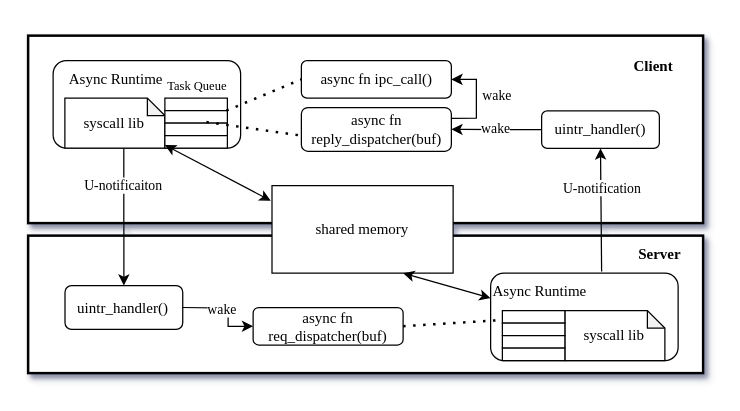
This is images/async_framework.drawio from oscourse-tsinghua/openingreport-ldhai2023, a draw.io file, before an edit. Source tidied: cells renumbered, new cells numbered last; positions are measured from the earlier drawing's top-left corner, leaving out a move shared by most shapes. Both pictures are drawn from the tidied source at 125%, with x=0, y=0 at pixel (28, 35).
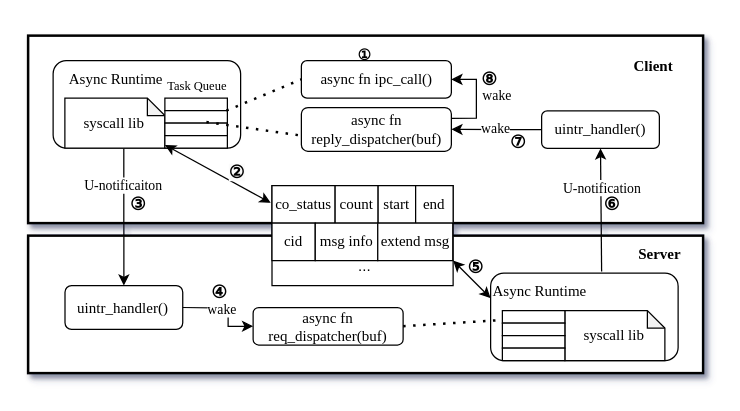
The same page after the edit.

Unchanged cells that the change refers to:
```xml
<mxCell id="22" value="&lt;font face=&quot;Times New Roman&quot;&gt;Async Runtime&lt;/font&gt;" style="text;html=1;align=center;verticalAlign=middle;points=[];strokeColor=none;fillColor=none;" parent="1" vertex="1">
  <mxGeometry x="359.4" y="190" width="100" height="30" as="geometry" />
</mxCell>
```

What changed in the source:
```diff
@@
-    <mxCell id="39" value="&lt;font face=&quot;Times New Roman&quot;&gt;shared memory&lt;/font&gt;" style="rounded=0;whiteSpace=wrap;html=1;" parent="1" vertex="1">
-      <mxGeometry x="195.1" y="120" width="144.9" height="70" as="geometry" />
+    <mxCell id="39" style="rounded=0;whiteSpace=wrap;html=1;" parent="1" vertex="1">
+      <mxGeometry x="195.1" y="120" width="144.9" height="80" as="geometry" />
     </mxCell>
@@
-    <mxCell id="41" style="endArrow=classic;startArrow=classic;html=1;rounded=0;exitX=0.106;exitY=0.667;exitDx=0;exitDy=0;exitPerimeter=0;" parent="1" edge="1" source="22">
-      <mxGeometry relative="1" as="geometry">
-        <mxPoint x="300" y="190" as="targetPoint" />
-      </mxGeometry>
+    <mxCell id="41" style="endArrow=classic;startArrow=classic;html=1;rounded=0;exitX=0.106;exitY=0.667;exitDx=0;exitDy=0;exitPerimeter=0;entryX=1;entryY=0.75;entryDx=0;entryDy=0;" parent="1" edge="1" source="22" target="39">
+      <mxGeometry relative="1" as="geometry" />
     </mxCell>
+    <mxCell id="42" value="&lt;font face=&quot;Times New Roman&quot;&gt;co_status&lt;/font&gt;" style="rounded=0;whiteSpace=wrap;html=1;" parent="1" vertex="1">
+      <mxGeometry x="195.1" y="120" width="50.5" height="30" as="geometry" />
+    </mxCell>
+    <mxCell id="43" value="&lt;font face=&quot;Times New Roman&quot;&gt;count&lt;/font&gt;" style="rounded=0;whiteSpace=wrap;html=1;" parent="1" vertex="1">
+      <mxGeometry x="245.6" y="120" width="34.4" height="30" as="geometry" />
+    </mxCell>
+    <mxCell id="44" value="&lt;font face=&quot;Times New Roman&quot;&gt;start&lt;/font&gt;" style="rounded=0;whiteSpace=wrap;html=1;" parent="1" vertex="1">
+      <mxGeometry x="280" y="120" width="30" height="30" as="geometry" />
+    </mxCell>
+    <mxCell id="45" value="&lt;font face=&quot;Times New Roman&quot;&gt;end&lt;/font&gt;" style="rounded=0;whiteSpace=wrap;html=1;" parent="1" vertex="1">
+      <mxGeometry x="310" y="120" width="30" height="30" as="geometry" />
+    </mxCell>
+    <mxCell id="46" value="&lt;font face=&quot;Times New Roman&quot;&gt;cid&lt;/font&gt;" style="rounded=0;whiteSpace=wrap;html=1;" parent="1" vertex="1">
+      <mxGeometry x="195.1" y="150" width="34.6" height="30" as="geometry" />
+    </mxCell>
+    <mxCell id="47" value="&lt;font face=&quot;Times New Roman&quot;&gt;msg info&lt;/font&gt;" style="rounded=0;whiteSpace=wrap;html=1;" parent="1" vertex="1">
+      <mxGeometry x="229.7" y="150" width="50" height="30" as="geometry" />
+    </mxCell>
+    <mxCell id="48" value="&lt;font face=&quot;Times New Roman&quot;&gt;extend msg&lt;/font&gt;" style="rounded=0;whiteSpace=wrap;html=1;" parent="1" vertex="1">
+      <mxGeometry x="279.7" y="150" width="60" height="30" as="geometry" />
+    </mxCell>
+    <mxCell id="49" value="..." style="text;html=1;align=center;verticalAlign=middle;whiteSpace=wrap;rounded=0;" parent="1" vertex="1">
+      <mxGeometry x="237.6" y="170" width="62.5" height="30" as="geometry" />
+    </mxCell>
+    <mxCell id="50" value="&lt;p class=&quot;MsoListParagraph&quot; style=&quot;margin-left:18.0pt;text-indent:0cm;mso-char-indent-count:&#10;0;line-height:12.0pt&quot;&gt;&lt;b&gt;&lt;span style=&quot;mso-bidi-font-size:10.5pt;font-family:黑体;mso-hansi-font-family:&amp;quot;Times New Roman&amp;quot;;&#10;mso-no-proof:yes&quot;&gt;①&lt;/span&gt;&lt;/b&gt;&lt;b&gt;&lt;span lang=&quot;EN-US&quot; style=&quot;mso-bidi-font-size:10.5pt;font-family:黑体;mso-hansi-font-family:&#10;&amp;quot;Times New Roman&amp;quot;&quot;&gt;&lt;/span&gt;&lt;/b&gt;&lt;/p&gt;" style="text;whiteSpace=wrap;html=1;" parent="1" vertex="1">
+      <mxGeometry x="237.6" y="-11" width="70" height="60" as="geometry" />
+    </mxCell>
+    <mxCell id="51" value="&lt;br style=&quot;forced-color-adjust: none; color: rgb(0, 0, 0); font-family: Helvetica; font-size: 12px; font-style: normal; font-variant-ligatures: normal; font-variant-caps: normal; font-weight: 400; letter-spacing: normal; orphans: 2; text-align: center; text-indent: 0px; text-transform: none; widows: 2; word-spacing: 0px; -webkit-text-stroke-width: 0px; white-space: normal; background-color: rgb(251, 251, 251); text-decoration-thickness: initial; text-decoration-style: initial; text-decoration-color: initial;&quot;&gt;&lt;b style=&quot;forced-color-adjust: none; color: rgb(0, 0, 0); font-family: Helvetica; font-size: 12px; font-style: normal; font-variant-ligatures: normal; font-variant-caps: normal; letter-spacing: normal; orphans: 2; text-align: center; text-indent: 0px; text-transform: none; widows: 2; word-spacing: 0px; -webkit-text-stroke-width: 0px; white-space: normal; background-color: rgb(251, 251, 251); text-decoration-thickness: initial; text-decoration-style: initial; text-decoration-color: initial;&quot;&gt;&lt;span style=&quot;forced-color-adjust: none; font-size: 10.5pt; font-family: 黑体;&quot;&gt;②&lt;/span&gt;&lt;/b&gt;&lt;br style=&quot;forced-color-adjust: none; color: rgb(0, 0, 0); font-family: Helvetica; font-size: 12px; font-style: normal; font-variant-ligatures: normal; font-variant-caps: normal; font-weight: 400; letter-spacing: normal; orphans: 2; text-align: center; text-indent: 0px; text-transform: none; widows: 2; word-spacing: 0px; -webkit-text-stroke-width: 0px; white-space: normal; background-color: rgb(251, 251, 251); text-decoration-thickness: initial; text-decoration-style: initial; text-decoration-color: initial;&quot;&gt;&lt;br style=&quot;forced-color-adjust: none; color: rgb(0, 0, 0); font-family: Helvetica; font-size: 12px; font-style: normal; font-variant-ligatures: normal; font-variant-caps: normal; font-weight: 400; letter-spacing: normal; orphans: 2; text-align: center; text-indent: 0px; text-transform: none; widows: 2; word-spacing: 0px; -webkit-text-stroke-width: 0px; white-space: normal; background-color: rgb(251, 251, 251); text-decoration-thickness: initial; text-decoration-style: initial; text-decoration-color: initial;&quot;&gt;&lt;br style=&quot;forced-color-adjust: none; color: rgb(0, 0, 0); font-family: Helvetica; font-size: 12px; font-style: normal; font-variant-ligatures: normal; font-variant-caps: normal; font-weight: 400; letter-spacing: normal; orphans: 2; text-align: center; text-indent: 0px; text-transform: none; widows: 2; word-spacing: 0px; -webkit-text-stroke-width: 0px; white-space: normal; background-color: rgb(251, 251, 251); text-decoration-thickness: initial; text-decoration-style: initial; text-decoration-color: initial;&quot;&gt;" style="text;whiteSpace=wrap;html=1;" parent="1" vertex="1">
+      <mxGeometry x="159.4" y="80" width="50" height="80" as="geometry" />
+    </mxCell>
+    <mxCell id="52" value="&lt;b&gt;&lt;span style=&quot;font-size:10.5pt;font-family:黑体;mso-hansi-font-family:&amp;quot;Times New Roman&amp;quot;;&#10;mso-bidi-font-family:&amp;quot;Times New Roman&amp;quot;;mso-font-kerning:1.0pt;mso-ansi-language:&#10;EN-US;mso-fareast-language:ZH-CN;mso-bidi-language:AR-SA;mso-no-proof:yes&quot;&gt;③&lt;/span&gt;&lt;/b&gt;" style="text;whiteSpace=wrap;html=1;" parent="1" vertex="1">
+      <mxGeometry x="80" y="120" width="50" height="40" as="geometry" />
+    </mxCell>
+    <mxCell id="53" value="&lt;b&gt;&lt;span style=&quot;font-size:10.5pt;font-family:黑体;mso-hansi-font-family:&amp;quot;Times New Roman&amp;quot;;&#10;mso-bidi-font-family:&amp;quot;Times New Roman&amp;quot;;mso-font-kerning:1.0pt;mso-ansi-language:&#10;EN-US;mso-fareast-language:ZH-CN;mso-bidi-language:AR-SA;mso-no-proof:yes&quot;&gt;④&lt;/span&gt;&lt;/b&gt;" style="text;whiteSpace=wrap;html=1;" parent="1" vertex="1">
+      <mxGeometry x="145.1" y="190" width="50" height="40" as="geometry" />
+    </mxCell>
+    <mxCell id="54" value="&lt;b&gt;&lt;span style=&quot;font-size:10.5pt;font-family:黑体;mso-hansi-font-family:&amp;quot;Times New Roman&amp;quot;;&#10;mso-bidi-font-family:&amp;quot;Times New Roman&amp;quot;;mso-font-kerning:1.0pt;mso-ansi-language:&#10;EN-US;mso-fareast-language:ZH-CN;mso-bidi-language:AR-SA;mso-no-proof:yes&quot;&gt;⑤&lt;/span&gt;&lt;/b&gt;" style="text;whiteSpace=wrap;html=1;" parent="1" vertex="1">
+      <mxGeometry x="350" y="170" width="50" height="40" as="geometry" />
+    </mxCell>
+    <mxCell id="55" value="&lt;b&gt;&lt;span style=&quot;font-size:10.5pt;font-family:黑体;mso-hansi-font-family:&amp;quot;Times New Roman&amp;quot;;&#10;mso-bidi-font-family:&amp;quot;Times New Roman&amp;quot;;mso-font-kerning:1.0pt;mso-ansi-language:&#10;EN-US;mso-fareast-language:ZH-CN;mso-bidi-language:AR-SA;mso-no-proof:yes&quot;&gt;⑥&lt;/span&gt;&lt;/b&gt;" style="text;whiteSpace=wrap;html=1;" parent="1" vertex="1">
+      <mxGeometry x="459.4" y="120" width="50" height="40" as="geometry" />
+    </mxCell>
+    <mxCell id="56" value="&lt;b&gt;&lt;span style=&quot;font-size:10.5pt;font-family:黑体;mso-hansi-font-family:&amp;quot;Times New Roman&amp;quot;;&#10;mso-bidi-font-family:&amp;quot;Times New Roman&amp;quot;;mso-font-kerning:1.0pt;mso-ansi-language:&#10;EN-US;mso-fareast-language:ZH-CN;mso-bidi-language:AR-SA;mso-no-proof:yes&quot;&gt;⑦&lt;/span&gt;&lt;/b&gt;" style="text;whiteSpace=wrap;html=1;" parent="1" vertex="1">
+      <mxGeometry x="384.4" y="70" width="50" height="40" as="geometry" />
+    </mxCell>
+    <mxCell id="57" value="&lt;b&gt;&lt;span style=&quot;font-size:10.5pt;font-family:黑体;mso-hansi-font-family:&amp;quot;Times New Roman&amp;quot;;&#10;mso-bidi-font-family:&amp;quot;Times New Roman&amp;quot;;mso-font-kerning:1.0pt;mso-ansi-language:&#10;EN-US;mso-fareast-language:ZH-CN;mso-bidi-language:AR-SA;mso-no-proof:yes&quot;&gt;⑧&lt;/span&gt;&lt;/b&gt;" style="text;whiteSpace=wrap;html=1;" parent="1" vertex="1">
+      <mxGeometry x="360.8" y="20" width="50" height="40" as="geometry" />
+    </mxCell>
```
